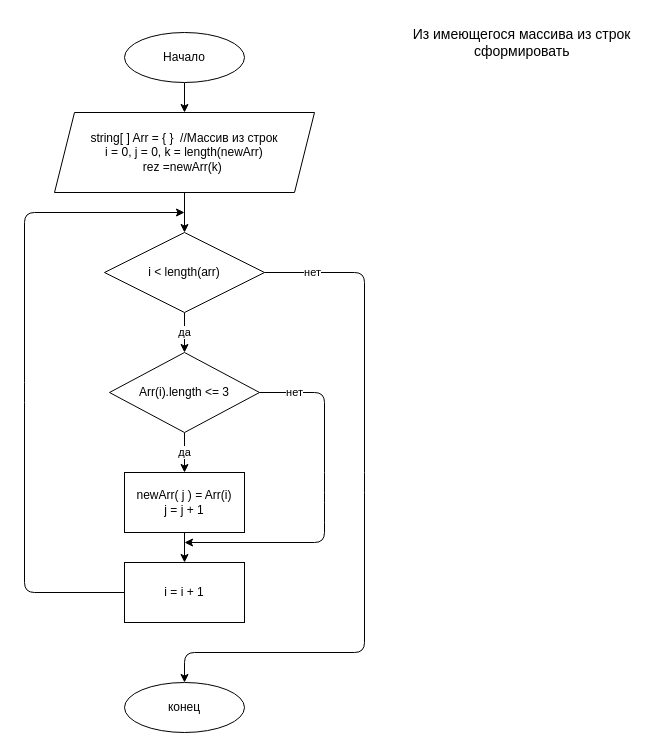
Above: block_diagram.drawio in leonid-korolev/Final_test_work (draw.io), before the change. Source tidied: cells renumbered, new cells numbered last; positions are measured from the earlier drawing's top-left corner, leaving out a move shared by most shapes. Both pictures are drawn from the tidied source at 100%, with x=0, y=0 at pixel (24, 27).
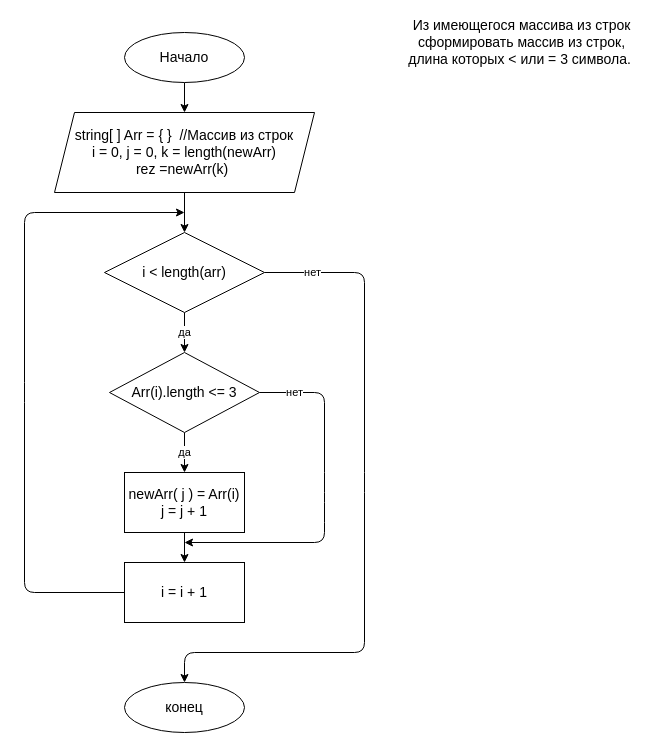
After the change.

What changed in the source:
```diff
@@
-    <mxCell id="3" value="Начало" style="ellipse;whiteSpace=wrap;html=1;" parent="1" vertex="1">
+    <mxCell id="3" value="&lt;font style=&quot;font-size: 14px&quot;&gt;Начало&lt;/font&gt;" style="ellipse;whiteSpace=wrap;html=1;" parent="1" vertex="1">
       <mxGeometry x="100" y="5" width="120" height="50" as="geometry" />
     </mxCell>
@@
-    <mxCell id="5" value="string[ ] Arr = { }&amp;nbsp; //Массив из строк&lt;br&gt;i = 0, j = 0, k = length(newArr)&lt;br&gt;rez =newArr(k)&amp;nbsp;" style="shape=parallelogram;perimeter=parallelogramPerimeter;whiteSpace=wrap;html=1;fixedSize=1;" parent="1" vertex="1">
+    <mxCell id="5" value="&lt;font style=&quot;font-size: 14px&quot;&gt;string[ ] Arr = { }&amp;nbsp; //Массив из строк&lt;br&gt;i = 0, j = 0, k = length(newArr)&lt;br&gt;rez =newArr(k)&amp;nbsp;&lt;/font&gt;" style="shape=parallelogram;perimeter=parallelogramPerimeter;whiteSpace=wrap;html=1;fixedSize=1;" parent="1" vertex="1">
       <mxGeometry x="30" y="85" width="260" height="80" as="geometry" />
     </mxCell>
@@
-    <mxCell id="8" value="i &amp;lt; length(arr)" style="rhombus;whiteSpace=wrap;html=1;" parent="1" vertex="1">
+    <mxCell id="8" value="&lt;font style=&quot;font-size: 14px&quot;&gt;i &amp;lt; length(arr)&lt;/font&gt;" style="rhombus;whiteSpace=wrap;html=1;" parent="1" vertex="1">
       <mxGeometry x="80" y="205" width="160" height="80" as="geometry" />
     </mxCell>
@@
-    <mxCell id="11" value="Arr(i).length &amp;lt;= 3" style="rhombus;whiteSpace=wrap;html=1;" parent="1" vertex="1">
+    <mxCell id="11" value="&lt;font style=&quot;font-size: 14px&quot;&gt;Arr(i).length &amp;lt;= 3&lt;/font&gt;" style="rhombus;whiteSpace=wrap;html=1;" parent="1" vertex="1">
       <mxGeometry x="85" y="325" width="150" height="80" as="geometry" />
     </mxCell>
@@
-    <mxCell id="13" value="newArr( j ) = Arr(i)&lt;br&gt;j = j + 1" style="rounded=0;whiteSpace=wrap;html=1;" parent="1" vertex="1">
+    <mxCell id="13" value="&lt;font style=&quot;font-size: 14px&quot;&gt;newArr( j ) = Arr(i)&lt;br&gt;j = j + 1&lt;/font&gt;" style="rounded=0;whiteSpace=wrap;html=1;" parent="1" vertex="1">
       <mxGeometry x="100" y="445" width="120" height="60" as="geometry" />
     </mxCell>
@@
-    <mxCell id="15" value="i = i + 1" style="rounded=0;whiteSpace=wrap;html=1;" parent="1" vertex="1">
+    <mxCell id="15" value="&lt;font style=&quot;font-size: 14px&quot;&gt;i = i + 1&lt;/font&gt;" style="rounded=0;whiteSpace=wrap;html=1;" parent="1" vertex="1">
       <mxGeometry x="100" y="535" width="120" height="60" as="geometry" />
     </mxCell>
-    <mxCell id="16" value="конец" style="ellipse;whiteSpace=wrap;html=1;" parent="1" vertex="1">
+    <mxCell id="16" value="&lt;font style=&quot;font-size: 14px&quot;&gt;конец&lt;/font&gt;" style="ellipse;whiteSpace=wrap;html=1;" parent="1" vertex="1">
       <mxGeometry x="100" y="655" width="120" height="50" as="geometry" />
     </mxCell>
-    <mxCell id="17" value="&lt;font style=&quot;font-size: 14px&quot;&gt;Из имеющегося массива из строк&lt;br&gt;&amp;nbsp;сформировать&lt;/font&gt;&amp;nbsp;" style="text;html=1;align=center;verticalAlign=middle;strokeColor=none;fillColor=none;" parent="1" vertex="1">
-      <mxGeometry x="382" width="230" height="30" as="geometry" />
+    <mxCell id="17" value="&lt;font style=&quot;font-size: 14px&quot;&gt;&lt;font&gt;Из имеющегося массива из строк&lt;br&gt;&amp;nbsp;сформировать массив из строк,&amp;nbsp;&lt;br&gt;&lt;/font&gt;длина которых &amp;lt; или = 3 символа.&amp;nbsp;&lt;/font&gt;" style="text;html=1;align=center;verticalAlign=middle;strokeColor=none;fillColor=none;" parent="1" vertex="1">
+      <mxGeometry x="377" y="-10" width="240" height="50" as="geometry" />
     </mxCell>
```
